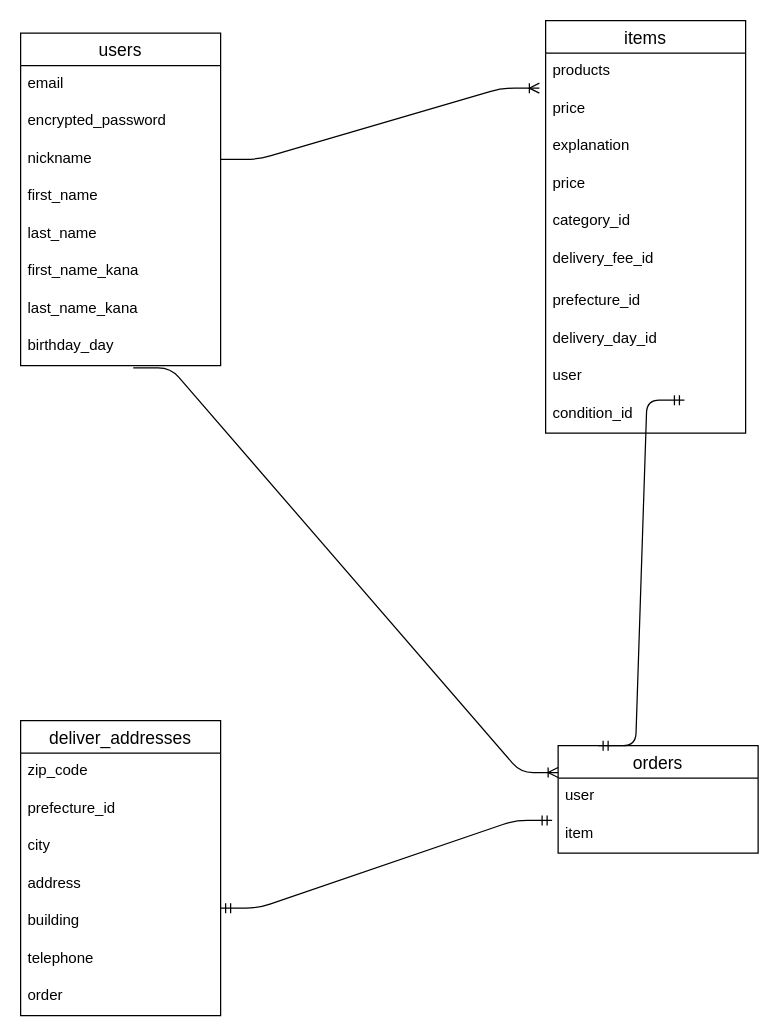
The draw.io diagram test.dio in 820sayama/furima-37106, before the edit. Source tidied: cells renumbered, new cells numbered last; positions are measured from the earlier drawing's top-left corner, leaving out a move shared by most shapes. Both pictures are drawn from the tidied source at 125%, with x=0, y=0 at pixel (20, 20).
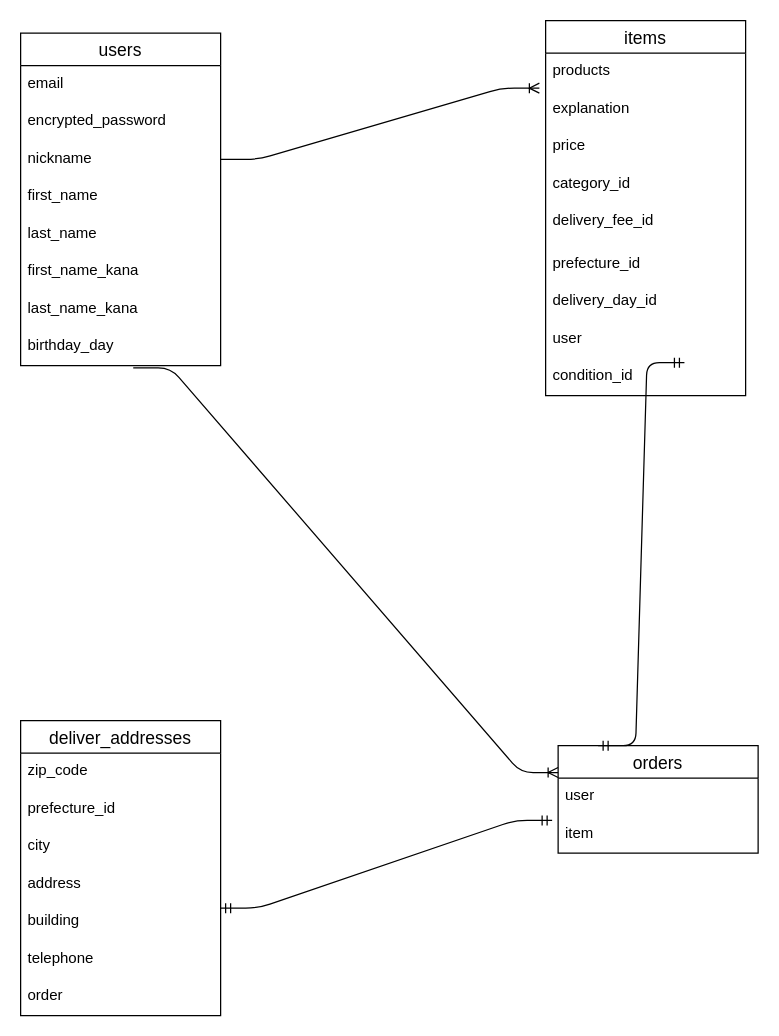
Above is the later version.

Diff of the diagram source:
```diff
@@
     <mxCell id="11" value="items" style="swimlane;fontStyle=0;horizontal=1;startSize=26;align=center;fontSize=14;" parent="1" vertex="1">
-      <mxGeometry x="420" width="160" height="330" as="geometry" />
+      <mxGeometry x="420" width="160" height="300" as="geometry" />
     </mxCell>
@@
-    <mxCell id="13" value="price" style="text;strokeColor=none;fillColor=none;spacingLeft=4;spacingRight=4;overflow=hidden;fontSize=12;" parent="11" vertex="1">
-      <mxGeometry y="56" width="160" height="30" as="geometry" />
-    </mxCell>
     <mxCell id="14" value="explanation " style="text;strokeColor=none;fillColor=none;spacingLeft=4;spacingRight=4;overflow=hidden;fontSize=12;" parent="11" vertex="1">
-      <mxGeometry y="86" width="160" height="30" as="geometry" />
+      <mxGeometry y="56" width="160" height="30" as="geometry" />
     </mxCell>
     <mxCell id="15" value="price" style="text;strokeColor=none;fillColor=none;spacingLeft=4;spacingRight=4;overflow=hidden;fontSize=12;" parent="11" vertex="1">
-      <mxGeometry y="116" width="160" height="30" as="geometry" />
+      <mxGeometry y="86" width="160" height="30" as="geometry" />
     </mxCell>
     <mxCell id="16" value="category_id   " style="text;strokeColor=none;fillColor=none;spacingLeft=4;spacingRight=4;overflow=hidden;fontSize=12;" parent="11" vertex="1">
-      <mxGeometry y="146" width="160" height="30" as="geometry" />
+      <mxGeometry y="116" width="160" height="30" as="geometry" />
     </mxCell>
     <mxCell id="17" value="delivery_fee_id " style="text;strokeColor=none;fillColor=none;spacingLeft=4;spacingRight=4;overflow=hidden;fontSize=12;" parent="11" vertex="1">
-      <mxGeometry y="176" width="160" height="34" as="geometry" />
+      <mxGeometry y="146" width="160" height="34" as="geometry" />
     </mxCell>
     <mxCell id="18" value=" prefecture_id" style="text;strokeColor=none;fillColor=none;spacingLeft=4;spacingRight=4;overflow=hidden;fontSize=12;" parent="11" vertex="1">
-      <mxGeometry y="210" width="160" height="30" as="geometry" />
+      <mxGeometry y="180" width="160" height="30" as="geometry" />
     </mxCell>
     <mxCell id="19" value="delivery_day_id " style="text;strokeColor=none;fillColor=none;spacingLeft=4;spacingRight=4;overflow=hidden;fontSize=12;" parent="11" vertex="1">
-      <mxGeometry y="240" width="160" height="30" as="geometry" />
+      <mxGeometry y="210" width="160" height="30" as="geometry" />
     </mxCell>
     <mxCell id="20" value="user " style="text;strokeColor=none;fillColor=none;spacingLeft=4;spacingRight=4;overflow=hidden;points=[[0,0.5],[1,0.5]];portConstraint=eastwest;fontSize=12;" parent="11" vertex="1">
-      <mxGeometry y="270" width="160" height="30" as="geometry" />
+      <mxGeometry y="240" width="160" height="30" as="geometry" />
     </mxCell>
     <mxCell id="21" value=" condition_id " style="text;strokeColor=none;fillColor=none;spacingLeft=4;spacingRight=4;overflow=hidden;fontSize=12;" parent="11" vertex="1">
-      <mxGeometry y="300" width="160" height="30" as="geometry" />
+      <mxGeometry y="270" width="160" height="30" as="geometry" />
     </mxCell>
```
